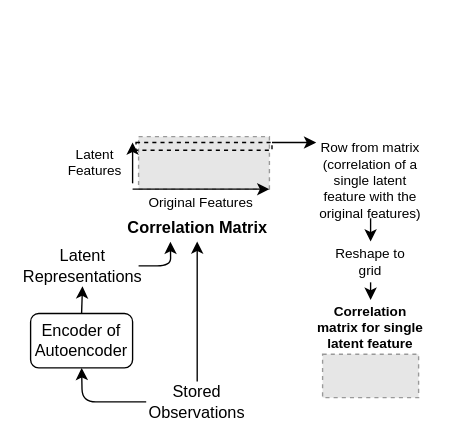
Niels-vv/Safe-RL-With-DR keeps this draw.io diagram as Thesis/imgs/Corr_matrix_method.drawio. Above is the earlier version. Source tidied: cells renumbered, new cells numbered last; positions are measured from the earlier drawing's top-left corner, leaving out a move shared by most shapes. Both pictures are drawn from the tidied source at 136%, with x=0, y=0 at pixel (26, 136). Pictures stored in the file or linked from it are replaced by grey dashed boxes.
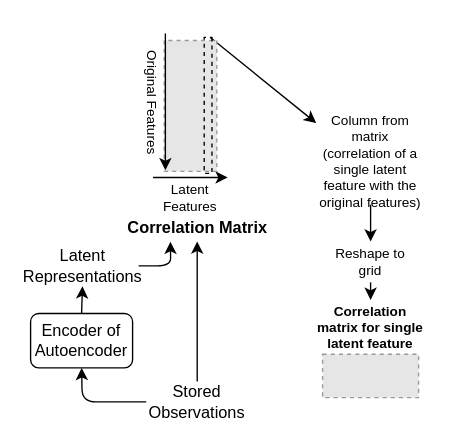
Above is the later version.

Unchanged cells that the change refers to:
```xml
<mxCell id="19" value="&lt;div&gt;Reshape to&lt;/div&gt;&lt;div&gt;grid&lt;br&gt;&lt;/div&gt;" style="text;html=1;strokeColor=none;fillColor=none;align=center;verticalAlign=middle;whiteSpace=wrap;rounded=0;dashed=1;fontSize=10;" parent="1" vertex="1">
  <mxGeometry x="223" y="77.1" width="60" height="30" as="geometry" />
</mxCell>
```

Diff of the diagram source:
```diff
@@
-    <mxCell id="7" style="fillColor=#E6E6E6;strokeColor=#999999;dashed=1;verticalLabelPosition=bottom;labelBackgroundColor=default;verticalAlign=top;" parent="1" vertex="1">
-      <mxGeometry x="82.4" width="96.2" height="38.6" as="geometry" />
-    </mxCell>
     <mxCell id="8" value="&lt;div style=&quot;font-size: 10px&quot;&gt;&lt;font style=&quot;font-size: 10px&quot;&gt;Latent&lt;/font&gt;&lt;/div&gt;&lt;div style=&quot;font-size: 10px&quot;&gt;&lt;font style=&quot;font-size: 10px&quot;&gt;Features&lt;br&gt;&lt;/font&gt;&lt;/div&gt;" style="text;html=1;strokeColor=none;fillColor=none;align=center;verticalAlign=middle;whiteSpace=wrap;rounded=0;" parent="1" vertex="1">
-      <mxGeometry x="23" y="4.3" width="55" height="30" as="geometry" />
+      <mxGeometry x="93" y="30" width="55" height="30" as="geometry" />
     </mxCell>
-    <mxCell id="9" value="&lt;font style=&quot;font-size: 10px&quot;&gt;Original Features&lt;/font&gt;" style="text;html=1;strokeColor=none;fillColor=none;align=center;verticalAlign=middle;whiteSpace=wrap;rounded=0;" parent="1" vertex="1">
-      <mxGeometry x="78" y="38.6" width="100.6" height="18.6" as="geometry" />
-    </mxCell>
-    <mxCell id="10" style="endArrow=classic;html=1;rounded=1;entryX=1;entryY=0;entryDx=0;entryDy=0;exitX=1;exitY=1;exitDx=0;exitDy=0;" parent="1" edge="1" source="8" target="8">
+    <mxCell id="10" style="endArrow=classic;html=1;rounded=1;entryX=1;entryY=0;entryDx=0;entryDy=0;exitX=0;exitY=0;exitDx=0;exitDy=0;" parent="1" edge="1" source="8" target="8">
       <mxGeometry relative="1" as="geometry" />
     </mxCell>
-    <mxCell id="11" style="endArrow=classic;html=1;rounded=1;entryX=1;entryY=0;entryDx=0;entryDy=0;exitX=0;exitY=0;exitDx=0;exitDy=0;" parent="1" edge="1" source="9" target="9">
-      <mxGeometry relative="1" as="geometry" />
-    </mxCell>
@@
-    <mxCell id="15" value="Row from matrix (correlation of a single latent feature with the original features)" style="text;html=1;strokeColor=none;fillColor=none;align=center;verticalAlign=middle;whiteSpace=wrap;rounded=0;fontSize=10;" parent="1" vertex="1">
-      <mxGeometry x="213" y="4.3" width="80" height="55.7" as="geometry" />
+    <mxCell id="15" value="Column from matrix (correlation of a single latent feature with the original features)" style="text;html=1;strokeColor=none;fillColor=none;align=center;verticalAlign=middle;whiteSpace=wrap;rounded=0;fontSize=10;" parent="1" vertex="1">
+      <mxGeometry x="213" y="-10" width="80" height="55.7" as="geometry" />
     </mxCell>
-    <mxCell id="16" style="rounded=0;whiteSpace=wrap;html=1;fontSize=10;strokeColor=#000000;strokeWidth=1;fillColor=none;dashed=1;" parent="1" vertex="1">
-      <mxGeometry x="80.5" y="4.3" width="100" height="5.7" as="geometry" />
-    </mxCell>
-    <mxCell id="17" style="endArrow=classic;html=1;rounded=1;fontSize=10;entryX=0;entryY=0;entryDx=0;entryDy=0;exitX=1;exitY=0;exitDx=0;exitDy=0;" parent="1" edge="1" source="16" target="15">
+    <mxCell id="17" style="endArrow=classic;html=1;rounded=1;fontSize=10;entryX=0;entryY=0;entryDx=0;entryDy=0;exitX=0;exitY=0.25;exitDx=0;exitDy=0;" parent="1" edge="1" source="16" target="15">
       <mxGeometry relative="1" as="geometry" />
     </mxCell>
-    <mxCell id="18" style="endArrow=classic;html=1;rounded=1;fontSize=10;exitX=0.5;exitY=1;exitDx=0;exitDy=0;entryX=0.5;entryY=0;entryDx=0;entryDy=0;" parent="1" edge="1" source="15" target="19">
-      <mxGeometry relative="1" as="geometry" />
+    <mxCell id="18" style="endArrow=classic;html=1;rounded=1;fontSize=10;entryX=0.5;entryY=0;entryDx=0;entryDy=0;" parent="1" edge="1" target="19">
+      <mxGeometry relative="1" as="geometry">
+        <mxPoint x="253" y="50" as="sourcePoint" />
+      </mxGeometry>
     </mxCell>
@@
+    <mxCell id="23" style="group;rotation=90;" parent="1" vertex="1">
+      <mxGeometry x="60.5" y="-52.9" width="102.5" height="57.1" as="geometry" />
+    </mxCell>
+    <mxCell id="7" style="fillColor=#E6E6E6;strokeColor=#999999;dashed=1;verticalLabelPosition=bottom;labelBackgroundColor=default;verticalAlign=top;rotation=90;" parent="23" vertex="1">
+      <mxGeometry x="12" y="11" width="96.2" height="38.6" as="geometry" />
+    </mxCell>
+    <mxCell id="9" value="&lt;font style=&quot;font-size: 10px&quot;&gt;Original Features&lt;/font&gt;" style="text;html=1;strokeColor=none;fillColor=none;align=center;verticalAlign=middle;whiteSpace=wrap;rounded=0;rotation=90;" parent="23" vertex="1">
+      <mxGeometry x="-18" y="18" width="100.6" height="18.6" as="geometry" />
+    </mxCell>
+    <mxCell id="16" style="rounded=0;whiteSpace=wrap;html=1;fontSize=10;strokeColor=#000000;strokeWidth=1;fillColor=none;dashed=1;rotation=90;" parent="23" vertex="1">
+      <mxGeometry x="23" y="27" width="100" height="5.7" as="geometry" />
+    </mxCell>
+    <mxCell id="11" style="endArrow=classic;html=1;rounded=1;entryX=1;entryY=0;entryDx=0;entryDy=0;exitX=0;exitY=0;exitDx=0;exitDy=0;" parent="23" edge="1" source="9" target="9">
+      <mxGeometry relative="1" as="geometry" />
+    </mxCell>
```
